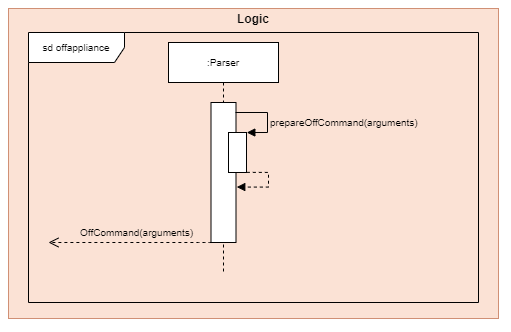
Earlier version of the draw.io export docs/images/diagrams/Sequence_Parser_Off.png (nus-cs2113-AY2021S1/tp). Source tidied: cells renumbered, new cells last; positions are measured from the earlier drawing's top-left corner, leaving out a move shared by most shapes. Source of this version:
```xml
<mxGraphModel>
  <root>
    <mxCell id="0" />
    <mxCell id="1" parent="0" />
    <mxCell id="2" style="group;fillColor=#fff2cc;opacity=65;strokeColor=#d6b656;" parent="1" vertex="1">
      <mxGeometry width="490" height="310" as="geometry" />
    </mxCell>
    <mxCell id="3" style="rounded=0;whiteSpace=wrap;html=1;fillColor=#f8cecc;strokeColor=#b85450;opacity=50;" parent="2" vertex="1">
      <mxGeometry width="490" height="310" as="geometry" />
    </mxCell>
    <mxCell id="4" value="&lt;b&gt;Logic&lt;/b&gt;" style="text;html=1;strokeColor=none;fillColor=none;align=center;verticalAlign=middle;whiteSpace=wrap;rounded=0;opacity=50;" parent="2" vertex="1">
      <mxGeometry x="182.1" y="5.2" width="125.8" height="10.3" as="geometry" />
    </mxCell>
    <mxCell id="5" value="sd offappliance" style="shape=umlFrame;whiteSpace=wrap;html=1;shadow=0;labelBackgroundColor=none;sketch=0;fillColor=#ffffff;fontSize=10;fontColor=#000000;width=96;height=30;" parent="1" vertex="1">
      <mxGeometry x="20" y="24" width="450" height="270" as="geometry" />
    </mxCell>
    <mxCell id="6" value=":Parser" style="shape=umlLifeline;perimeter=lifelinePerimeter;whiteSpace=wrap;html=1;shadow=0;labelBackgroundColor=none;sketch=0;fillColor=#ffffff;fontSize=10;fontColor=#000000;" parent="1" vertex="1">
      <mxGeometry x="160" y="34" width="110" height="230" as="geometry" />
    </mxCell>
    <mxCell id="7" style="html=1;points=[];perimeter=orthogonalPerimeter;shadow=0;labelBackgroundColor=none;sketch=0;fillColor=#ffffff;fontSize=10;fontColor=#000000;" parent="6" vertex="1">
      <mxGeometry x="42.5" y="60" width="25" height="140" as="geometry" />
    </mxCell>
    <mxCell id="8" style="html=1;points=[];perimeter=orthogonalPerimeter;shadow=0;labelBackgroundColor=none;sketch=0;fillColor=#ffffff;fontSize=10;fontColor=#000000;" parent="6" vertex="1">
      <mxGeometry x="60" y="90" width="18" height="40" as="geometry" />
    </mxCell>
    <mxCell id="9" style="edgeStyle=orthogonalEdgeStyle;html=1;align=left;spacingLeft=2;endArrow=block;rounded=0;entryX=1.018;entryY=0.001;fontSize=10;fontColor=#000000;entryDx=0;entryDy=0;entryPerimeter=0;" parent="6" edge="1" target="8">
      <mxGeometry x="0.16" relative="1" as="geometry">
        <mxPoint x="67" y="70" as="sourcePoint" />
        <Array as="points">
          <mxPoint x="99" y="70" />
          <mxPoint x="99" y="90" />
        </Array>
      </mxGeometry>
    </mxCell>
    <mxCell id="10" style="html=1;verticalAlign=bottom;endArrow=open;dashed=1;endSize=8;fontSize=10;fontColor=#000000;exitX=0.015;exitY=0.993;exitDx=0;exitDy=0;exitPerimeter=0;" parent="1" edge="1">
      <mxGeometry x="-0.05" y="-1" relative="1" as="geometry">
        <mxPoint x="202.9" y="234" as="sourcePoint" />
        <mxPoint x="40" y="234" as="targetPoint" />
        <Array as="points">
          <mxPoint x="200" y="234" />
        </Array>
      </mxGeometry>
    </mxCell>
    <mxCell id="11" style="edgeStyle=orthogonalEdgeStyle;html=1;align=left;spacingLeft=2;endArrow=block;rounded=0;entryX=1.031;entryY=0.604;fontSize=10;fontColor=#000000;exitX=0.952;exitY=0.074;exitDx=0;exitDy=0;exitPerimeter=0;entryDx=0;entryDy=0;entryPerimeter=0;dashed=1;" parent="1" edge="1" target="7">
      <mxGeometry relative="1" as="geometry">
        <mxPoint x="238.3" y="163.9" as="sourcePoint" />
        <Array as="points">
          <mxPoint x="260" y="164" />
          <mxPoint x="260" y="179" />
        </Array>
      </mxGeometry>
    </mxCell>
    <mxCell id="12" value="&lt;span style=&quot;color: rgb(0, 0, 0); font-family: helvetica; font-size: 10px; font-style: normal; font-weight: 400; letter-spacing: normal; text-align: left; text-indent: 0px; text-transform: none; word-spacing: 0px; display: inline; float: none;&quot;&gt;prepareOffCommand(arguments)&lt;/span&gt;" style="text;whiteSpace=wrap;html=1;labelBackgroundColor=none;" parent="1" vertex="1">
      <mxGeometry x="260" y="100" width="170" height="30" as="geometry" />
    </mxCell>
    <mxCell id="13" value="&lt;span style=&quot;color: rgb(0, 0, 0); font-family: helvetica; font-size: 10px; font-style: normal; font-weight: 400; letter-spacing: normal; text-align: center; text-indent: 0px; text-transform: none; word-spacing: 0px; display: inline; float: none;&quot;&gt;OffCommand(arguments)&lt;/span&gt;" style="text;whiteSpace=wrap;html=1;labelBackgroundColor=none;" parent="1" vertex="1">
      <mxGeometry x="70" y="210" width="130" height="20" as="geometry" />
    </mxCell>
  </root>
</mxGraphModel>
```
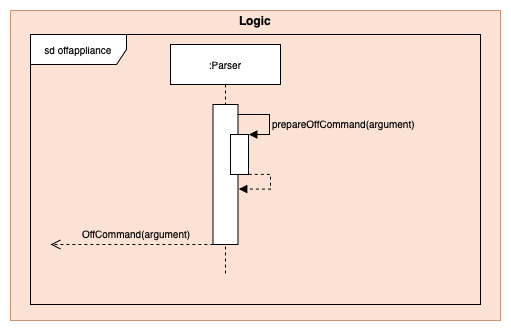
After the commit.

Commit message:
Add Parser Sequence image in DG

What changed in the source:
```diff
@@ -50,10 +50,10 @@
         </Array>
       </mxGeometry>
     </mxCell>
-    <mxCell id="12" value="&lt;span style=&quot;color: rgb(0, 0, 0); font-family: helvetica; font-size: 10px; font-style: normal; font-weight: 400; letter-spacing: normal; text-align: left; text-indent: 0px; text-transform: none; word-spacing: 0px; display: inline; float: none;&quot;&gt;prepareOffCommand(arguments)&lt;/span&gt;" style="text;whiteSpace=wrap;html=1;labelBackgroundColor=none;" parent="1" vertex="1">
+    <mxCell id="12" value="&lt;span style=&quot;color: rgb(0 , 0 , 0) ; font-family: &amp;#34;helvetica&amp;#34; ; font-size: 10px ; font-style: normal ; font-weight: 400 ; letter-spacing: normal ; text-align: left ; text-indent: 0px ; text-transform: none ; word-spacing: 0px ; display: inline ; float: none&quot;&gt;prepareOffCommand(argument)&lt;/span&gt;" style="text;whiteSpace=wrap;html=1;labelBackgroundColor=none;" parent="1" vertex="1">
       <mxGeometry x="260" y="100" width="170" height="30" as="geometry" />
     </mxCell>
-    <mxCell id="13" value="&lt;span style=&quot;color: rgb(0, 0, 0); font-family: helvetica; font-size: 10px; font-style: normal; font-weight: 400; letter-spacing: normal; text-align: center; text-indent: 0px; text-transform: none; word-spacing: 0px; display: inline; float: none;&quot;&gt;OffCommand(arguments)&lt;/span&gt;" style="text;whiteSpace=wrap;html=1;labelBackgroundColor=none;" parent="1" vertex="1">
+    <mxCell id="13" value="&lt;span style=&quot;color: rgb(0 , 0 , 0) ; font-family: &amp;#34;helvetica&amp;#34; ; font-size: 10px ; font-style: normal ; font-weight: 400 ; letter-spacing: normal ; text-align: center ; text-indent: 0px ; text-transform: none ; word-spacing: 0px ; display: inline ; float: none&quot;&gt;OffCommand(argument)&lt;/span&gt;" style="text;whiteSpace=wrap;html=1;labelBackgroundColor=none;" parent="1" vertex="1">
       <mxGeometry x="70" y="210" width="130" height="20" as="geometry" />
     </mxCell>
   </root>
```
